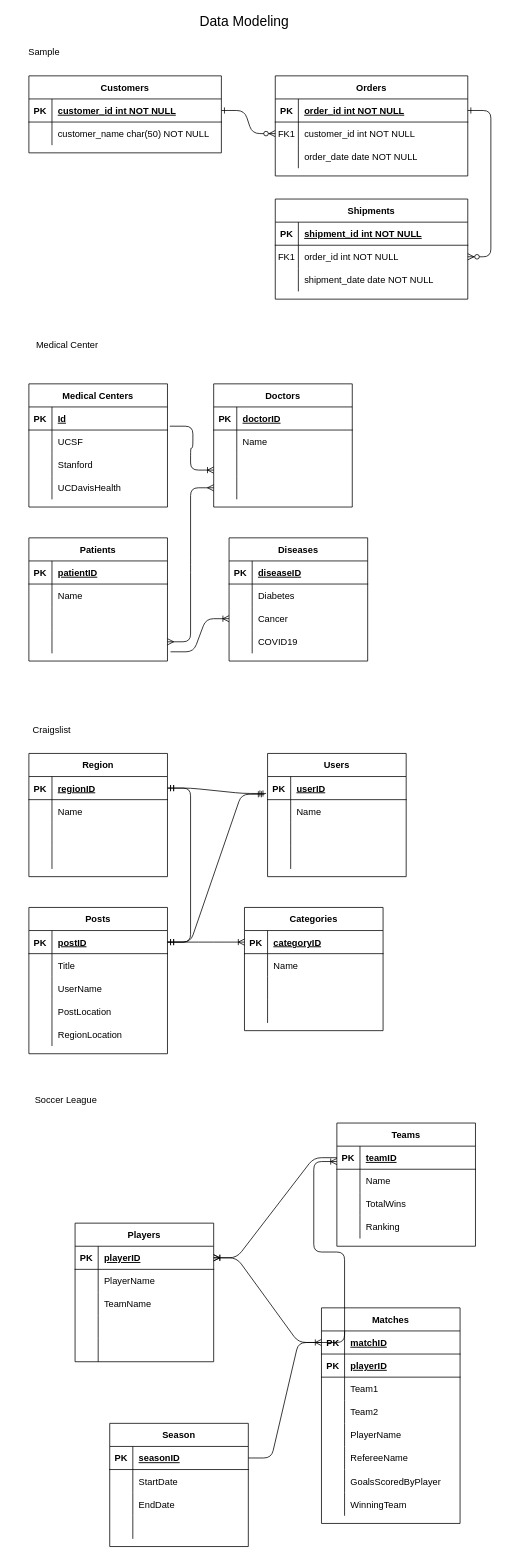
Before: Data_Modeling.drawio in JamesHizon/Data-Modeling-Exercise, a draw.io diagram. Source tidied: cells renumbered, new cells numbered last; positions are measured from the earlier drawing's top-left corner, leaving out a move shared by most shapes. Both pictures are drawn from the tidied source at 77%, with x=0, y=0 at pixel (13, 14).
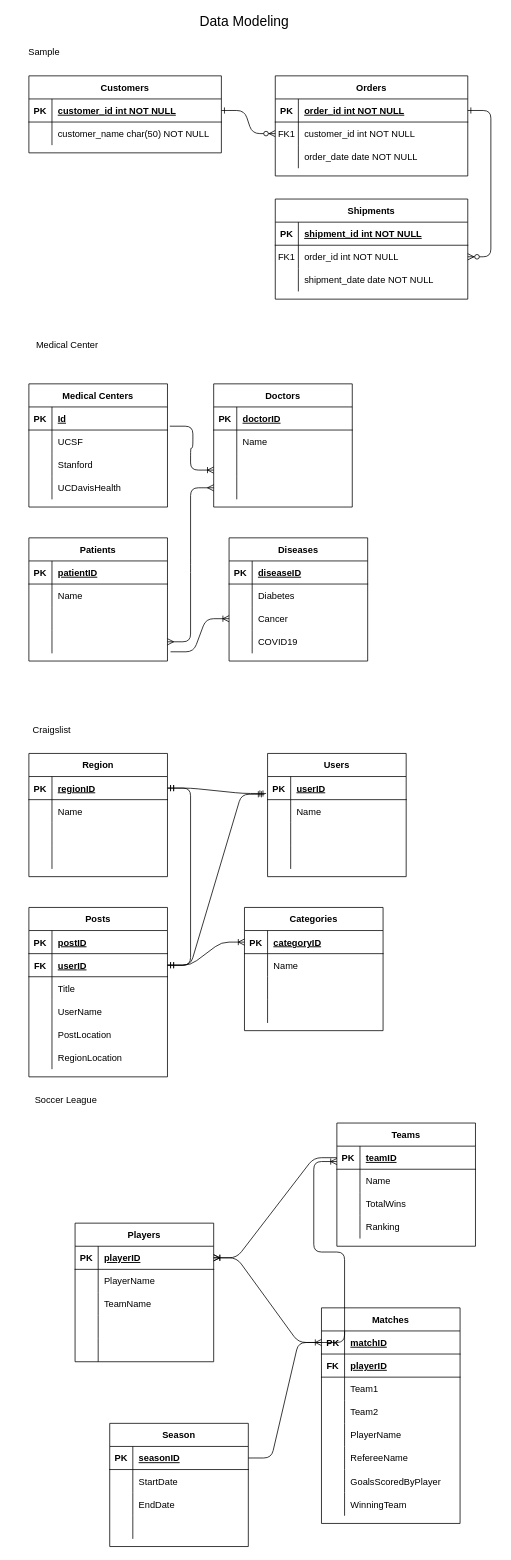
The same page after the edit.

Unchanged cells that the change refers to:
```xml
<mxCell id="176" style="shape=partialRectangle;fillColor=none;top=0;left=0;bottom=1;right=0;" parent="172" vertex="1">
  <mxGeometry y="60" width="180" height="30" as="geometry" />
</mxCell>
```

Diff of the diagram source:
```diff
@@
     <mxCell id="126" value="Posts" style="shape=table;startSize=30;childLayout=tableLayout;rowLines=0;fontStyle=1;align=center;" parent="1" vertex="1">
-      <mxGeometry x="20" y="1160" width="180" height="190" as="geometry" />
+      <mxGeometry x="20" y="1160" width="180" height="220" as="geometry" />
     </mxCell>
+    <mxCell id="221" style="shape=partialRectangle;fillColor=none;top=0;left=0;bottom=1;right=0;" parent="126" vertex="1">
+      <mxGeometry y="30" width="180" height="30" as="geometry" />
+    </mxCell>
+    <mxCell id="222" value="PK" style="shape=partialRectangle;fillColor=none;top=0;left=0;bottom=0;right=0;fontStyle=1;overflow=hidden;" parent="221" vertex="1">
+      <mxGeometry width="30" height="30" as="geometry" />
+    </mxCell>
+    <mxCell id="223" value="postID" style="shape=partialRectangle;fillColor=none;top=0;left=0;bottom=0;right=0;align=left;spacingLeft=6;fontStyle=5;overflow=hidden;" parent="221" vertex="1">
+      <mxGeometry x="30" width="150" height="30" as="geometry" />
+    </mxCell>
     <mxCell id="127" style="shape=partialRectangle;fillColor=none;top=0;left=0;bottom=1;right=0;points=[[0,0.5],[1,0.5]];portConstraint=eastwest;" parent="126" vertex="1">
-      <mxGeometry y="30" width="180" height="30" as="geometry" />
+      <mxGeometry y="60" width="180" height="30" as="geometry" />
     </mxCell>
-    <mxCell id="128" value="PK" style="shape=partialRectangle;fillColor=none;top=0;left=0;bottom=0;right=0;fontStyle=1;overflow=hidden;" parent="127" vertex="1">
+    <mxCell id="128" value="FK" style="shape=partialRectangle;fillColor=none;top=0;left=0;bottom=0;right=0;fontStyle=1;overflow=hidden;" parent="127" vertex="1">
       <mxGeometry width="30" height="30" as="geometry" />
     </mxCell>
-    <mxCell id="129" value="postID" style="shape=partialRectangle;fillColor=none;top=0;left=0;bottom=0;right=0;align=left;spacingLeft=6;fontStyle=5;overflow=hidden;" parent="127" vertex="1">
+    <mxCell id="129" value="userID" style="shape=partialRectangle;fillColor=none;top=0;left=0;bottom=0;right=0;align=left;spacingLeft=6;fontStyle=5;overflow=hidden;" parent="127" vertex="1">
       <mxGeometry x="30" width="150" height="30" as="geometry" />
     </mxCell>
     <mxCell id="130" style="shape=partialRectangle;fillColor=none;top=0;left=0;bottom=0;right=0;" parent="126" vertex="1">
-      <mxGeometry y="60" width="180" height="30" as="geometry" />
+      <mxGeometry y="90" width="180" height="30" as="geometry" />
     </mxCell>
@@
     <mxCell id="133" style="shape=partialRectangle;fillColor=none;top=0;left=0;bottom=0;right=0;" parent="126" vertex="1">
-      <mxGeometry y="90" width="180" height="30" as="geometry" />
+      <mxGeometry y="120" width="180" height="30" as="geometry" />
     </mxCell>
@@
     <mxCell id="136" style="shape=partialRectangle;fillColor=none;top=0;left=0;bottom=0;right=0;" parent="126" vertex="1">
-      <mxGeometry y="120" width="180" height="30" as="geometry" />
+      <mxGeometry y="150" width="180" height="30" as="geometry" />
     </mxCell>
@@
     <mxCell id="139" style="shape=partialRectangle;fillColor=none;top=0;left=0;bottom=0;right=0;" parent="126" vertex="1">
-      <mxGeometry y="150" width="180" height="30" as="geometry" />
+      <mxGeometry y="180" width="180" height="30" as="geometry" />
     </mxCell>
@@
-    <mxCell id="177" value="PK" style="shape=partialRectangle;fillColor=none;top=0;left=0;bottom=0;right=0;fontStyle=1;overflow=hidden;" parent="176" vertex="1">
+    <mxCell id="177" value="FK" style="shape=partialRectangle;fillColor=none;top=0;left=0;bottom=0;right=0;fontStyle=1;overflow=hidden;" parent="176" vertex="1">
       <mxGeometry width="30" height="30" as="geometry" />
     </mxCell>
```
